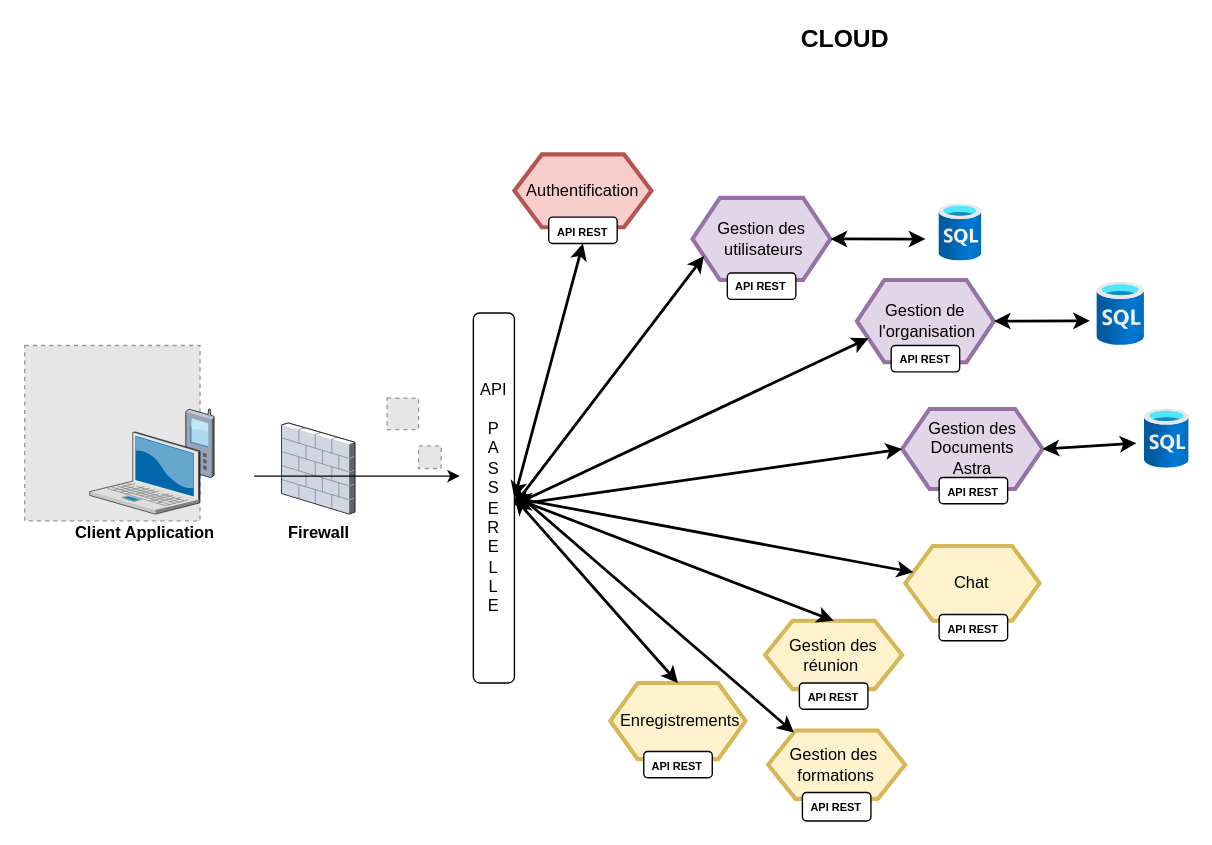
Before: page "AchitectureGlobale_Astra" (5 of 9) of AstraComponentDiagr.drawio in Lamessolo/ProjetLeadTech, a draw.io diagram. Source tidied: cells renumbered, new cells numbered last; positions are measured from the earlier drawing's top-left corner, leaving out a move shared by most shapes. Both pictures are drawn from the tidied source at 137%, with x=0, y=0 at pixel (23, 25). Pictures stored in the file or linked from it are replaced by grey dashed boxes.
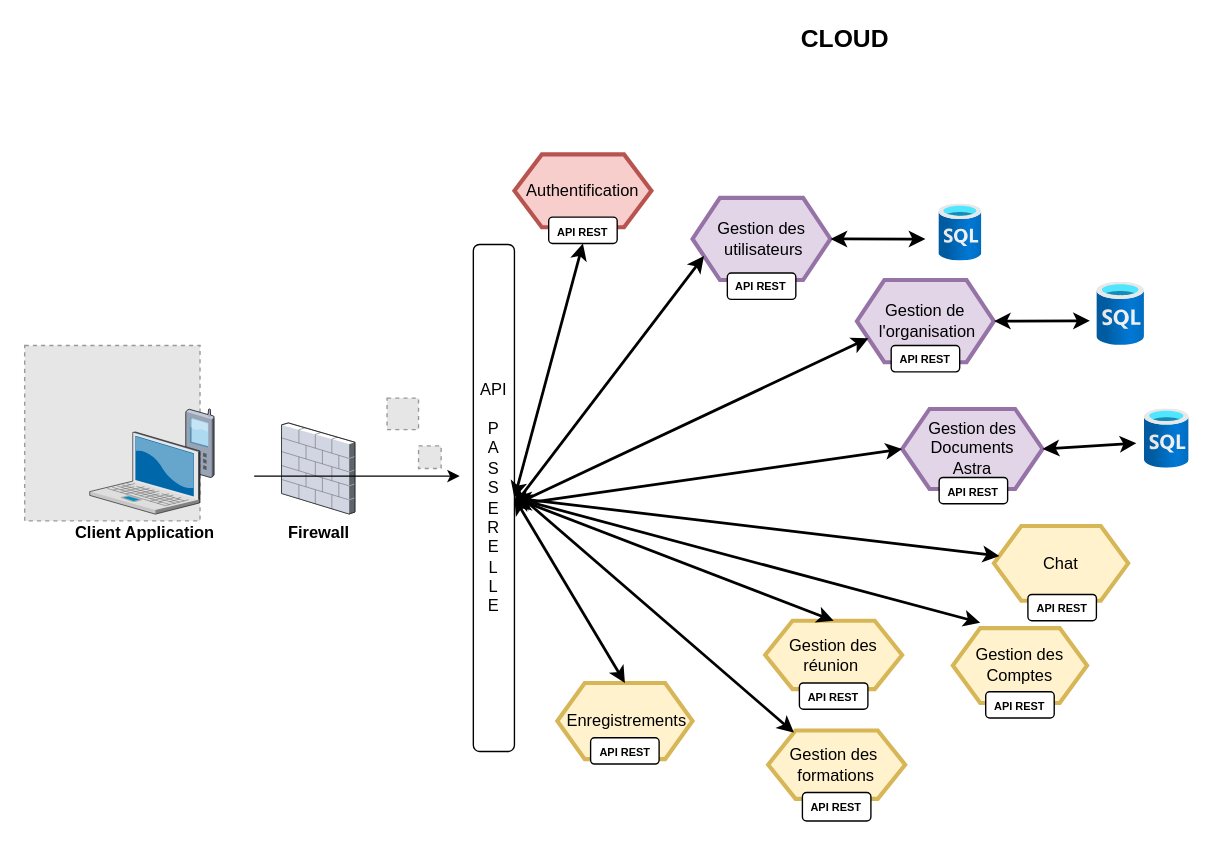
The same diagram, later.

Change to the diagram source:
```diff
@@
     <mxCell id="5" value="API&lt;br&gt;&amp;nbsp;&lt;br&gt;P&lt;br&gt;A&lt;br&gt;S&lt;br&gt;S&lt;br&gt;E&lt;br&gt;R&lt;br&gt;E&lt;br&gt;L&lt;br&gt;L&lt;br&gt;E" style="rounded=1;whiteSpace=wrap;html=1;strokeWidth=1;" parent="1" vertex="1">
-      <mxGeometry x="328" y="210" width="30" height="270" as="geometry" />
+      <mxGeometry x="328" y="160" width="30" height="370" as="geometry" />
     </mxCell>
@@
     <mxCell id="12" value="&amp;nbsp;Enregistrements" style="shape=hexagon;perimeter=hexagonPerimeter2;whiteSpace=wrap;html=1;fixedSize=1;fillColor=#fff2cc;strokeColor=#d6b656;strokeWidth=3;" parent="1" vertex="1">
-      <mxGeometry x="428" y="480" width="98.7" height="55.6" as="geometry" />
+      <mxGeometry x="389.3" y="480" width="98.7" height="55.6" as="geometry" />
     </mxCell>
     <mxCell id="13" value="Chat" style="shape=hexagon;perimeter=hexagonPerimeter2;whiteSpace=wrap;html=1;fixedSize=1;fillColor=#fff2cc;strokeColor=#d6b656;strokeWidth=3;" parent="1" vertex="1">
-      <mxGeometry x="643.3" y="380" width="98" height="54.6" as="geometry" />
+      <mxGeometry x="708" y="365.4" width="98" height="54.6" as="geometry" />
     </mxCell>
@@
     <mxCell id="32" value="&lt;font style=&quot;font-size: 8px&quot;&gt;&lt;b&gt;API REST&lt;/b&gt;&lt;/font&gt;" style="rounded=1;whiteSpace=wrap;html=1;" parent="1" vertex="1">
-      <mxGeometry x="452.4" y="530" width="50" height="19.2" as="geometry" />
+      <mxGeometry x="413.6" y="520" width="50" height="19.2" as="geometry" />
     </mxCell>
@@
     <mxCell id="34" value="&lt;font style=&quot;font-size: 8px&quot;&gt;&lt;b&gt;API REST&lt;/b&gt;&lt;/font&gt;" style="rounded=1;whiteSpace=wrap;html=1;" parent="1" vertex="1">
-      <mxGeometry x="668" y="430" width="50" height="19.2" as="geometry" />
+      <mxGeometry x="732.8" y="415.4" width="50" height="19.2" as="geometry" />
     </mxCell>
@@
+    <mxCell id="41" value="Gestion des Comptes" style="shape=hexagon;perimeter=hexagonPerimeter2;whiteSpace=wrap;html=1;fixedSize=1;fillColor=#fff2cc;strokeColor=#d6b656;strokeWidth=3;" parent="1" vertex="1">
+      <mxGeometry x="678" y="440" width="98" height="54.6" as="geometry" />
+    </mxCell>
+    <mxCell id="42" value="&lt;font style=&quot;font-size: 8px&quot;&gt;&lt;b&gt;API REST&lt;/b&gt;&lt;/font&gt;" style="rounded=1;whiteSpace=wrap;html=1;" parent="1" vertex="1">
+      <mxGeometry x="702" y="486.4" width="50" height="19.2" as="geometry" />
+    </mxCell>
+    <mxCell id="43" style="endArrow=classic;startArrow=classic;html=1;strokeWidth=2;exitX=1;exitY=0.5;exitDx=0;exitDy=0;entryX=0.204;entryY=-0.073;entryDx=0;entryDy=0;entryPerimeter=0;" parent="1" edge="1" source="5" target="41">
+      <mxGeometry relative="1" as="geometry" />
+    </mxCell>
```
